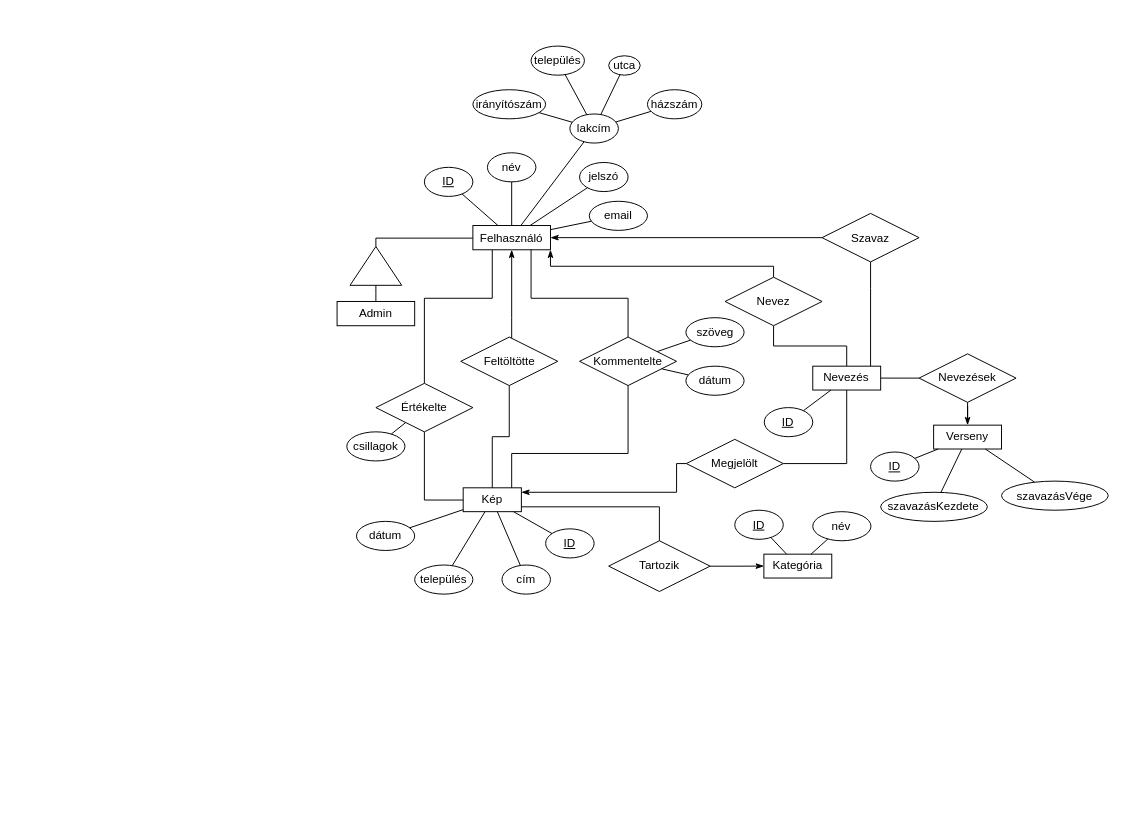
The draw.io diagram doc/egyedkapcsolat.drawio in 7FroSty/fenykepalbum, before the edit. Source tidied: cells renumbered, new cells numbered last; positions are measured from the earlier drawing's top-left corner, leaving out a move shared by most shapes. Both pictures are drawn from the tidied source at 97%, with x=0, y=0 at pixel (337, 46).
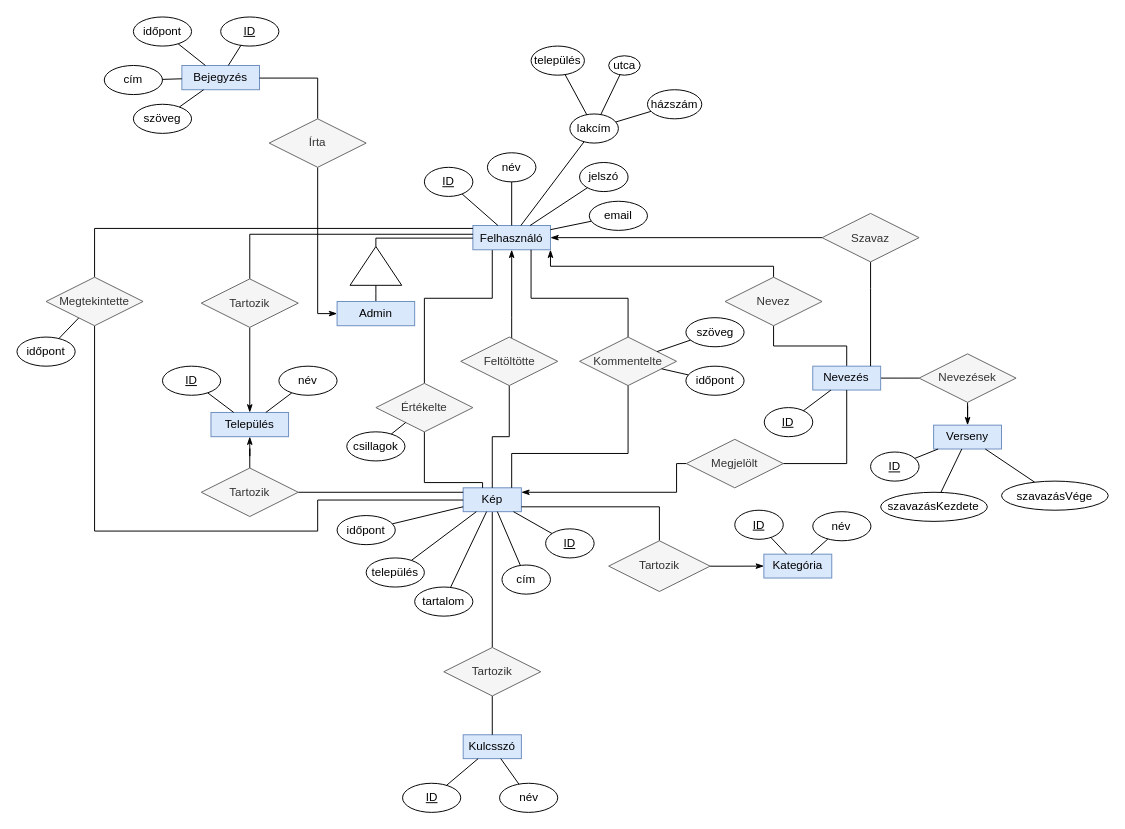
Above is the later version.

Commit message (it also covers changes not shown here):
Egyedkapcsolat, leképezés, táblák

Unchanged cells that the change refers to:
```xml
<mxCell id="8" value="lakcím" style="ellipse;whiteSpace=wrap;html=1;align=center;" parent="1" vertex="1">
  <mxGeometry x="240" y="70" width="50" height="30" as="geometry" />
</mxCell>
```

The edit, as a diff of the source:
```diff
@@
-    <mxCell id="3" value="Felhasználó" style="whiteSpace=wrap;html=1;align=center;" parent="1" vertex="1">
+    <mxCell id="3" value="Felhasználó" style="whiteSpace=wrap;html=1;align=center;fillColor=#dae8fc;strokeColor=#6c8ebf;" parent="1" vertex="1">
       <mxGeometry x="140" y="185" width="80" height="25" as="geometry" />
     </mxCell>
@@
-    <mxCell id="14" value="irányítószám" style="ellipse;whiteSpace=wrap;html=1;align=center;" parent="1" vertex="1">
-      <mxGeometry x="140" y="45" width="75" height="30" as="geometry" />
-    </mxCell>
@@
-    <mxCell id="18" style="endArrow=none;html=1;rounded=0;" parent="1" edge="1" source="14" target="8">
-      <mxGeometry relative="1" as="geometry" />
-    </mxCell>
@@
+    <mxCell id="79" style="edgeStyle=orthogonalEdgeStyle;rounded=0;jettySize=auto;html=1;entryX=0.5;entryY=0;entryDx=0;entryDy=0;endArrow=none;endFill=0;" parent="1" edge="1" source="22" target="83">
+      <mxGeometry relative="1" as="geometry" />
+    </mxCell>
-    <mxCell id="22" value="Kép" style="whiteSpace=wrap;html=1;align=center;" parent="1" vertex="1">
+    <mxCell id="22" value="Kép" style="whiteSpace=wrap;html=1;align=center;fillColor=#dae8fc;strokeColor=#6c8ebf;" parent="1" vertex="1">
       <mxGeometry x="130" y="455.4" width="60" height="24.6" as="geometry" />
     </mxCell>
@@
-    <mxCell id="25" value="dátum" style="ellipse;whiteSpace=wrap;html=1;align=center;" parent="1" vertex="1">
-      <mxGeometry x="20" y="490" width="60" height="30" as="geometry" />
+    <mxCell id="25" value="időpont" style="ellipse;whiteSpace=wrap;html=1;align=center;" parent="1" vertex="1">
+      <mxGeometry y="484" width="60" height="30" as="geometry" />
     </mxCell>
     <mxCell id="26" value="település" style="ellipse;whiteSpace=wrap;html=1;align=center;" parent="1" vertex="1">
-      <mxGeometry x="80" y="535" width="60" height="30" as="geometry" />
+      <mxGeometry x="30" y="527.7" width="60" height="30" as="geometry" />
     </mxCell>
@@
-    <mxCell id="31" value="Kategória" style="whiteSpace=wrap;html=1;align=center;" parent="1" vertex="1">
+    <mxCell id="31" value="Kategória" style="whiteSpace=wrap;html=1;align=center;fillColor=#dae8fc;strokeColor=#6c8ebf;" parent="1" vertex="1">
       <mxGeometry x="440" y="523.8" width="70" height="24.6" as="geometry" />
     </mxCell>
@@
-    <mxCell id="38" value="Tartozik" style="shape=rhombus;perimeter=rhombusPerimeter;whiteSpace=wrap;html=1;align=center;" parent="1" vertex="1">
+    <mxCell id="38" value="Tartozik" style="shape=rhombus;perimeter=rhombusPerimeter;whiteSpace=wrap;html=1;align=center;fillColor=#f5f5f5;strokeColor=#666666;fontColor=#333333;" parent="1" vertex="1">
       <mxGeometry x="280" y="510" width="104.6" height="52.3" as="geometry" />
     </mxCell>
     <mxCell id="39" style="edgeStyle=orthogonalEdgeStyle;rounded=0;jettySize=auto;html=1;startArrow=none;startFill=0;endArrow=none;endFill=0;" parent="1" edge="1" source="40" target="22">
       <mxGeometry relative="1" as="geometry">
         <Array as="points">
-          <mxPoint x="90" y="468" />
+          <mxPoint x="90" y="450" />
+          <mxPoint x="150" y="450" />
         </Array>
       </mxGeometry>
     </mxCell>
-    <mxCell id="40" value="Értékelte" style="shape=rhombus;perimeter=rhombusPerimeter;whiteSpace=wrap;html=1;align=center;" parent="1" vertex="1">
+    <mxCell id="40" value="Értékelte" style="shape=rhombus;perimeter=rhombusPerimeter;whiteSpace=wrap;html=1;align=center;fillColor=#f5f5f5;strokeColor=#666666;fontColor=#333333;" parent="1" vertex="1">
       <mxGeometry x="40" y="347.7" width="100" height="50" as="geometry" />
     </mxCell>
@@
-    <mxCell id="45" value="Kommentelte" style="shape=rhombus;perimeter=rhombusPerimeter;whiteSpace=wrap;html=1;align=center;" parent="1" vertex="1">
+    <mxCell id="45" value="Kommentelte" style="shape=rhombus;perimeter=rhombusPerimeter;whiteSpace=wrap;html=1;align=center;fillColor=#f5f5f5;strokeColor=#666666;fontColor=#333333;" parent="1" vertex="1">
       <mxGeometry x="250" y="300" width="100" height="50" as="geometry" />
     </mxCell>
@@
-    <mxCell id="47" value="dátum" style="ellipse;whiteSpace=wrap;html=1;align=center;" parent="1" vertex="1">
+    <mxCell id="47" value="időpont" style="ellipse;whiteSpace=wrap;html=1;align=center;" parent="1" vertex="1">
       <mxGeometry x="359.6" y="330" width="60" height="30" as="geometry" />
     </mxCell>
@@
-    <mxCell id="52" value="Feltöltötte" style="shape=rhombus;perimeter=rhombusPerimeter;whiteSpace=wrap;html=1;align=center;" parent="1" vertex="1">
+    <mxCell id="52" value="Feltöltötte" style="shape=rhombus;perimeter=rhombusPerimeter;whiteSpace=wrap;html=1;align=center;fillColor=#f5f5f5;strokeColor=#666666;fontColor=#333333;" parent="1" vertex="1">
       <mxGeometry x="127.5" y="300" width="100" height="50" as="geometry" />
     </mxCell>
@@
+    <mxCell id="80" style="edgeStyle=orthogonalEdgeStyle;rounded=0;jettySize=auto;html=1;entryX=0.5;entryY=1;entryDx=0;entryDy=0;startArrow=classicThin;startFill=1;endArrow=none;endFill=0;" parent="1" edge="1" source="56" target="110">
+      <mxGeometry relative="1" as="geometry">
+        <Array as="points">
+          <mxPoint x="-20" y="276" />
+        </Array>
+      </mxGeometry>
+    </mxCell>
-    <mxCell id="56" value="Admin" style="whiteSpace=wrap;html=1;align=center;" parent="1" vertex="1">
+    <mxCell id="56" value="Admin" style="whiteSpace=wrap;html=1;align=center;fillColor=#dae8fc;strokeColor=#6c8ebf;" parent="1" vertex="1">
       <mxGeometry y="263.3" width="80" height="25" as="geometry" />
     </mxCell>
-    <mxCell id="57" value="Verseny" style="whiteSpace=wrap;html=1;align=center;" parent="1" vertex="1">
+    <mxCell id="57" value="Verseny" style="whiteSpace=wrap;html=1;align=center;fillColor=#dae8fc;strokeColor=#6c8ebf;" parent="1" vertex="1">
       <mxGeometry x="615" y="390.8" width="70" height="24.6" as="geometry" />
     </mxCell>
@@
-    <mxCell id="60" value="Nevez" style="shape=rhombus;perimeter=rhombusPerimeter;whiteSpace=wrap;html=1;align=center;" parent="1" vertex="1">
+    <mxCell id="60" value="Nevez" style="shape=rhombus;perimeter=rhombusPerimeter;whiteSpace=wrap;html=1;align=center;fillColor=#f5f5f5;strokeColor=#666666;fontColor=#333333;" parent="1" vertex="1">
       <mxGeometry x="400" y="238.3" width="100" height="50" as="geometry" />
     </mxCell>
@@
-    <mxCell id="66" value="Nevezés" style="whiteSpace=wrap;html=1;align=center;" parent="1" vertex="1">
+    <mxCell id="66" value="Nevezés" style="whiteSpace=wrap;html=1;align=center;fillColor=#dae8fc;strokeColor=#6c8ebf;" parent="1" vertex="1">
       <mxGeometry x="490.4" y="330" width="70" height="24.6" as="geometry" />
     </mxCell>
@@
-    <mxCell id="69" value="Megjelölt" style="shape=rhombus;perimeter=rhombusPerimeter;whiteSpace=wrap;html=1;align=center;" parent="1" vertex="1">
+    <mxCell id="69" value="Megjelölt" style="shape=rhombus;perimeter=rhombusPerimeter;whiteSpace=wrap;html=1;align=center;fillColor=#f5f5f5;strokeColor=#666666;fontColor=#333333;" parent="1" vertex="1">
       <mxGeometry x="360" y="405.4" width="100" height="50" as="geometry" />
     </mxCell>
@@
-    <mxCell id="71" value="Nevezések" style="shape=rhombus;perimeter=rhombusPerimeter;whiteSpace=wrap;html=1;align=center;" parent="1" vertex="1">
+    <mxCell id="71" value="Nevezések" style="shape=rhombus;perimeter=rhombusPerimeter;whiteSpace=wrap;html=1;align=center;fillColor=#f5f5f5;strokeColor=#666666;fontColor=#333333;" parent="1" vertex="1">
       <mxGeometry x="600" y="317.3" width="100" height="50" as="geometry" />
     </mxCell>
@@
-    <mxCell id="74" value="Szavaz" style="shape=rhombus;perimeter=rhombusPerimeter;whiteSpace=wrap;html=1;align=center;" parent="1" vertex="1">
+    <mxCell id="74" value="Szavaz" style="shape=rhombus;perimeter=rhombusPerimeter;whiteSpace=wrap;html=1;align=center;fillColor=#f5f5f5;strokeColor=#666666;fontColor=#333333;" parent="1" vertex="1">
       <mxGeometry x="500" y="172.5" width="100" height="50" as="geometry" />
     </mxCell>
@@
+    <mxCell id="81" value="Kulcsszó" style="whiteSpace=wrap;html=1;align=center;fillColor=#dae8fc;strokeColor=#6c8ebf;" parent="1" vertex="1">
+      <mxGeometry x="130" y="710" width="60" height="24.6" as="geometry" />
+    </mxCell>
+    <mxCell id="82" style="edgeStyle=orthogonalEdgeStyle;rounded=0;jettySize=auto;html=1;endArrow=none;endFill=0;" parent="1" edge="1" source="83" target="81">
+      <mxGeometry relative="1" as="geometry" />
+    </mxCell>
+    <mxCell id="83" value="Tartozik" style="shape=rhombus;perimeter=rhombusPerimeter;whiteSpace=wrap;html=1;align=center;fillColor=#f5f5f5;strokeColor=#666666;fontColor=#333333;" parent="1" vertex="1">
+      <mxGeometry x="110" y="620" width="100" height="50" as="geometry" />
+    </mxCell>
+    <mxCell id="84" value="név" style="ellipse;whiteSpace=wrap;html=1;align=center;" parent="1" vertex="1">
+      <mxGeometry x="167.5" y="760" width="60" height="30" as="geometry" />
+    </mxCell>
+    <mxCell id="85" style="endArrow=none;html=1;rounded=0;" parent="1" edge="1" source="81" target="84">
+      <mxGeometry relative="1" as="geometry" />
+    </mxCell>
+    <mxCell id="86" value="ID" style="ellipse;whiteSpace=wrap;html=1;align=center;fontStyle=4;" parent="1" vertex="1">
+      <mxGeometry x="67.5" y="760" width="60" height="30" as="geometry" />
+    </mxCell>
+    <mxCell id="87" style="endArrow=none;html=1;rounded=0;" parent="1" edge="1" source="81" target="86">
+      <mxGeometry relative="1" as="geometry" />
+    </mxCell>
+    <mxCell id="88" value="Település" style="whiteSpace=wrap;html=1;align=center;fillColor=#dae8fc;strokeColor=#6c8ebf;" parent="1" vertex="1">
+      <mxGeometry x="-130" y="377.7" width="80" height="25" as="geometry" />
+    </mxCell>
+    <mxCell id="89" style="edgeStyle=orthogonalEdgeStyle;rounded=0;jettySize=auto;html=1;entryX=0.5;entryY=0;entryDx=0;entryDy=0;endArrow=none;endFill=0;" parent="1" edge="1" source="3" target="91">
+      <mxGeometry relative="1" as="geometry">
+        <Array as="points">
+          <mxPoint x="-90" y="194" />
+        </Array>
+      </mxGeometry>
+    </mxCell>
+    <mxCell id="90" style="edgeStyle=orthogonalEdgeStyle;rounded=0;jettySize=auto;html=1;endArrow=classicThin;endFill=1;" parent="1" edge="1" source="91" target="88">
+      <mxGeometry relative="1" as="geometry" />
+    </mxCell>
+    <mxCell id="91" value="Tartozik" style="shape=rhombus;perimeter=rhombusPerimeter;whiteSpace=wrap;html=1;align=center;fillColor=#f5f5f5;strokeColor=#666666;fontColor=#333333;" parent="1" vertex="1">
+      <mxGeometry x="-140" y="240" width="100" height="50" as="geometry" />
+    </mxCell>
+    <mxCell id="92" style="edgeStyle=orthogonalEdgeStyle;rounded=0;jettySize=auto;html=1;entryX=0.5;entryY=0;entryDx=0;entryDy=0;endArrow=none;endFill=0;startArrow=classicThin;startFill=1;" parent="1" edge="1" source="88" target="94">
+      <mxGeometry relative="1" as="geometry" />
+    </mxCell>
+    <mxCell id="93" style="edgeStyle=orthogonalEdgeStyle;rounded=0;jettySize=auto;html=1;endArrow=none;endFill=0;exitX=1;exitY=0.5;exitDx=0;exitDy=0;" parent="1" edge="1" source="94" target="22">
+      <mxGeometry relative="1" as="geometry">
+        <Array as="points">
+          <mxPoint x="-40" y="460" />
+        </Array>
+      </mxGeometry>
+    </mxCell>
+    <mxCell id="94" value="Tartozik" style="shape=rhombus;perimeter=rhombusPerimeter;whiteSpace=wrap;html=1;align=center;fillColor=#f5f5f5;strokeColor=#666666;fontColor=#333333;" parent="1" vertex="1">
+      <mxGeometry x="-140" y="435" width="100" height="50" as="geometry" />
+    </mxCell>
+    <mxCell id="95" value="név" style="ellipse;whiteSpace=wrap;html=1;align=center;" parent="1" vertex="1">
+      <mxGeometry x="-60" y="330" width="60" height="30" as="geometry" />
+    </mxCell>
+    <mxCell id="96" style="endArrow=none;html=1;rounded=0;" parent="1" edge="1" source="88" target="95">
+      <mxGeometry relative="1" as="geometry" />
+    </mxCell>
+    <mxCell id="97" value="ID" style="ellipse;whiteSpace=wrap;html=1;align=center;fontStyle=4;" parent="1" vertex="1">
+      <mxGeometry x="-180" y="330" width="60" height="30" as="geometry" />
+    </mxCell>
+    <mxCell id="98" style="endArrow=none;html=1;rounded=0;" parent="1" edge="1" source="88" target="97">
+      <mxGeometry relative="1" as="geometry" />
+    </mxCell>
+    <mxCell id="99" value="időpont" style="ellipse;whiteSpace=wrap;html=1;align=center;" parent="1" vertex="1">
+      <mxGeometry x="-330" y="300" width="60" height="30" as="geometry" />
+    </mxCell>
+    <mxCell id="100" style="endArrow=none;html=1;rounded=0;" parent="1" edge="1" source="103" target="99">
+      <mxGeometry relative="1" as="geometry" />
+    </mxCell>
+    <mxCell id="101" style="edgeStyle=orthogonalEdgeStyle;rounded=0;jettySize=auto;html=1;startArrow=none;startFill=0;endArrow=none;endFill=0;" parent="1" edge="1" source="103" target="3">
+      <mxGeometry relative="1" as="geometry">
+        <Array as="points">
+          <mxPoint x="-250" y="188" />
+        </Array>
+      </mxGeometry>
+    </mxCell>
+    <mxCell id="102" style="edgeStyle=orthogonalEdgeStyle;rounded=0;jettySize=auto;html=1;startArrow=none;startFill=0;endArrow=none;endFill=0;" parent="1" edge="1" source="103" target="22">
+      <mxGeometry relative="1" as="geometry">
+        <Array as="points">
+          <mxPoint x="-250" y="500" />
+          <mxPoint x="-20" y="500" />
+          <mxPoint x="-20" y="468" />
+        </Array>
+      </mxGeometry>
+    </mxCell>
+    <mxCell id="103" value="Megtekintette" style="shape=rhombus;perimeter=rhombusPerimeter;whiteSpace=wrap;html=1;align=center;fillColor=#f5f5f5;strokeColor=#666666;fontColor=#333333;" parent="1" vertex="1">
+      <mxGeometry x="-300" y="238.3" width="100" height="50" as="geometry" />
+    </mxCell>
+    <mxCell id="104" value="Bejegyzés" style="whiteSpace=wrap;html=1;align=center;fillColor=#dae8fc;strokeColor=#6c8ebf;" parent="1" vertex="1">
+      <mxGeometry x="-160" y="20" width="80" height="25" as="geometry" />
+    </mxCell>
+    <mxCell id="105" value="ID" style="ellipse;whiteSpace=wrap;html=1;align=center;fontStyle=4;" parent="1" vertex="1">
+      <mxGeometry x="-120" y="-30" width="60" height="30" as="geometry" />
+    </mxCell>
+    <mxCell id="106" style="endArrow=none;html=1;rounded=0;" parent="1" edge="1" source="104" target="105">
+      <mxGeometry relative="1" as="geometry" />
+    </mxCell>
+    <mxCell id="107" value="időpont" style="ellipse;whiteSpace=wrap;html=1;align=center;" parent="1" vertex="1">
+      <mxGeometry x="-210" y="-30" width="60" height="30" as="geometry" />
+    </mxCell>
+    <mxCell id="108" style="endArrow=none;html=1;rounded=0;" parent="1" edge="1" source="104" target="107">
+      <mxGeometry relative="1" as="geometry" />
+    </mxCell>
+    <mxCell id="109" style="edgeStyle=orthogonalEdgeStyle;rounded=0;jettySize=auto;html=1;startArrow=none;startFill=0;endArrow=none;endFill=0;" parent="1" edge="1" source="110" target="104">
+      <mxGeometry relative="1" as="geometry">
+        <Array as="points">
+          <mxPoint x="-20" y="33" />
+        </Array>
+      </mxGeometry>
+    </mxCell>
+    <mxCell id="110" value="Írta" style="shape=rhombus;perimeter=rhombusPerimeter;whiteSpace=wrap;html=1;align=center;fillColor=#f5f5f5;strokeColor=#666666;fontColor=#333333;" parent="1" vertex="1">
+      <mxGeometry x="-70" y="75" width="100" height="50" as="geometry" />
+    </mxCell>
+    <mxCell id="111" value="tartalom" style="ellipse;whiteSpace=wrap;html=1;align=center;" parent="1" vertex="1">
+      <mxGeometry x="80" y="557.7" width="60" height="30" as="geometry" />
+    </mxCell>
+    <mxCell id="112" style="endArrow=none;html=1;rounded=0;" parent="1" edge="1" source="22" target="111">
+      <mxGeometry relative="1" as="geometry" />
+    </mxCell>
+    <mxCell id="113" value="cím" style="ellipse;whiteSpace=wrap;html=1;align=center;" parent="1" vertex="1">
+      <mxGeometry x="-240" y="20" width="60" height="30" as="geometry" />
+    </mxCell>
+    <mxCell id="114" style="endArrow=none;html=1;rounded=0;" parent="1" edge="1" source="104" target="113">
+      <mxGeometry relative="1" as="geometry" />
+    </mxCell>
+    <mxCell id="115" value="szöveg" style="ellipse;whiteSpace=wrap;html=1;align=center;" parent="1" vertex="1">
+      <mxGeometry x="-210" y="60" width="60" height="30" as="geometry" />
+    </mxCell>
+    <mxCell id="116" style="endArrow=none;html=1;rounded=0;" parent="1" edge="1" source="104" target="115">
+      <mxGeometry relative="1" as="geometry" />
+    </mxCell>
```
